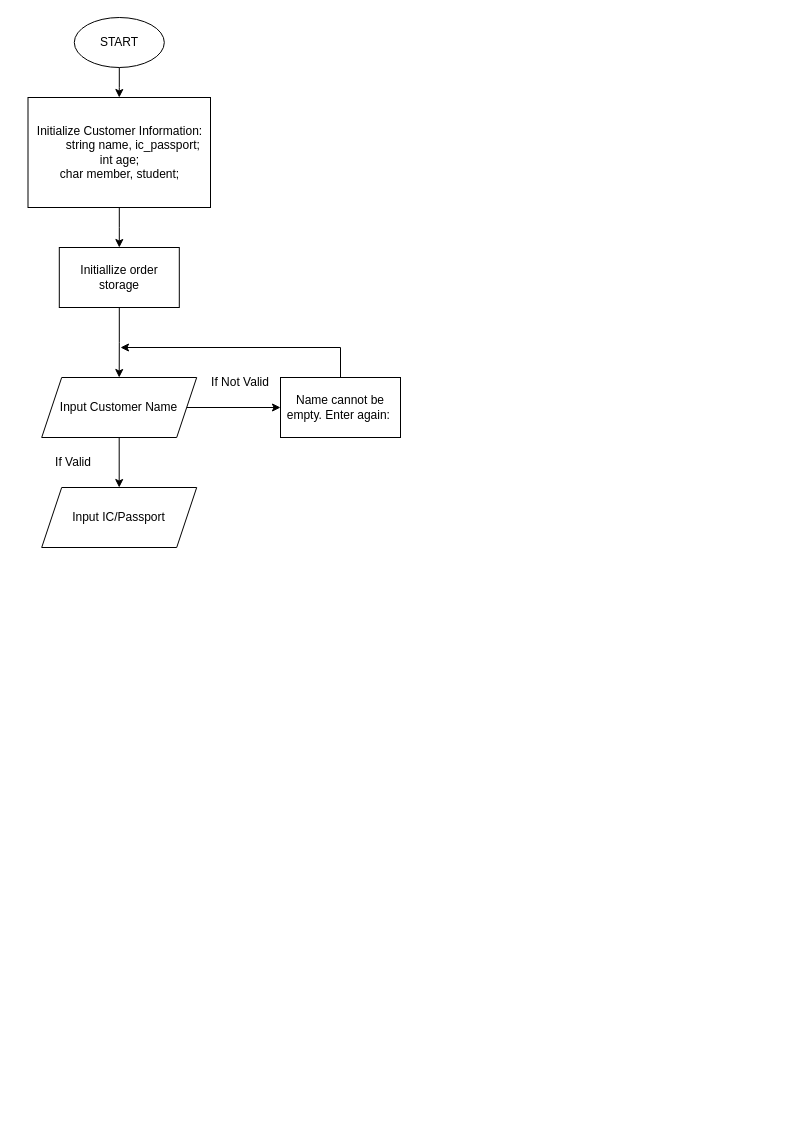
Earlier version of the draw.io diagram page "Page-1" (1 of 2) of flowchart_group8_DCSI.drawio (cr0w-l0rd/Restaurant_Ordering_and_Billing_System). Source tidied: cells renumbered, new cells numbered last; positions are measured from the earlier drawing's top-left corner, leaving out a move shared by most shapes. Both pictures are drawn from the tidied source at 100%, with x=0, y=0 at pixel (28, 17).
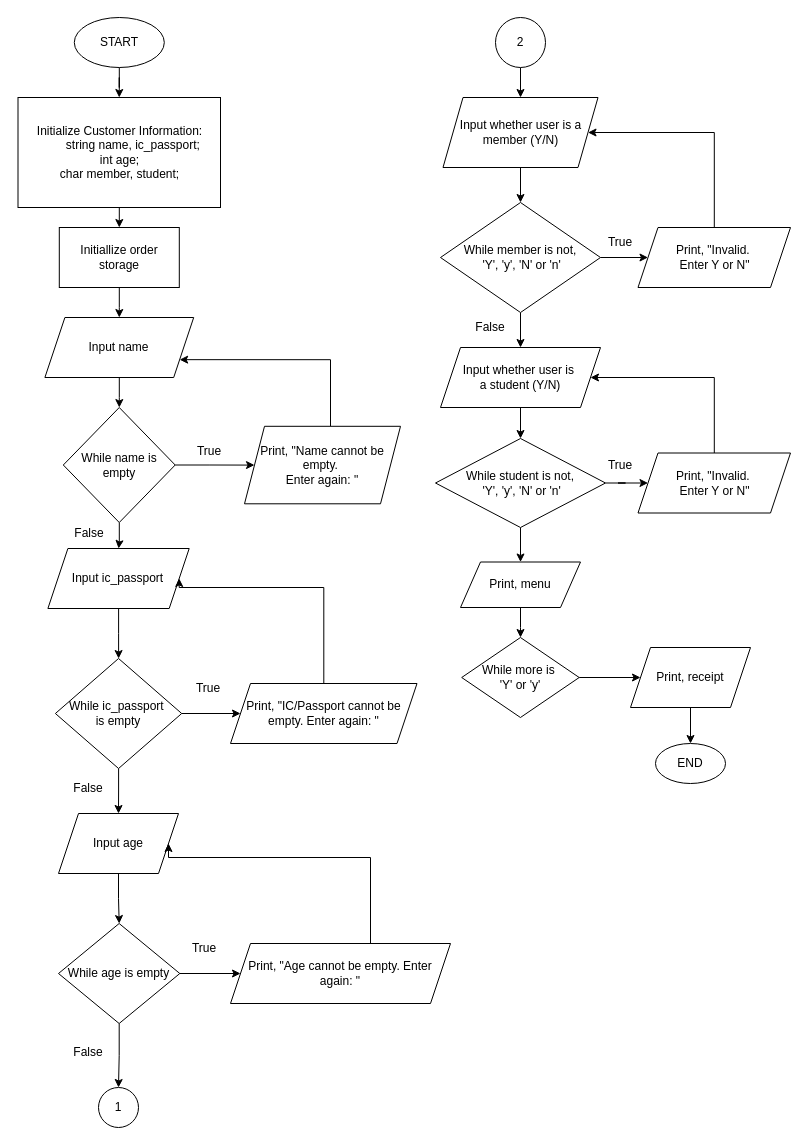
The same diagram, later.

Change to the diagram source:
```diff
@@
     <mxCell id="5" value="&lt;div&gt;Initialize Customer Information:&lt;/div&gt;&lt;div&gt;&lt;span style=&quot;white-space: normal;&quot;&gt;&lt;span style=&quot;white-space:pre&quot;&gt;&#9;&lt;/span&gt;string name, ic_passport;&lt;/span&gt;&lt;/div&gt;&lt;div&gt;&lt;span style=&quot;background-color: transparent; color: light-dark(rgb(0, 0, 0), rgb(255, 255, 255));&quot;&gt;int age;&lt;/span&gt;&lt;/div&gt;&lt;div&gt;&lt;span style=&quot;background-color: transparent; color: light-dark(rgb(0, 0, 0), rgb(255, 255, 255));&quot;&gt;char member, student;&lt;/span&gt;&lt;/div&gt;" style="rounded=0;whiteSpace=wrap;html=1;align=center;" parent="1" vertex="1">
-      <mxGeometry x="-0.5" y="80" width="182.5" height="110" as="geometry" />
+      <mxGeometry x="-10.5" y="80" width="202.5" height="110" as="geometry" />
     </mxCell>
@@
     <mxCell id="7" value="Initiallize order storage" style="rounded=0;whiteSpace=wrap;html=1;" parent="1" vertex="1">
-      <mxGeometry x="30.8" y="230" width="120" height="60" as="geometry" />
+      <mxGeometry x="30.8" y="210" width="120" height="60" as="geometry" />
     </mxCell>
-    <mxCell id="8" style="edgeStyle=orthogonalEdgeStyle;rounded=0;jettySize=auto;html=1;" parent="1" edge="1" source="10" target="12">
-      <mxGeometry relative="1" as="geometry" />
-    </mxCell>
-    <mxCell id="9" style="edgeStyle=orthogonalEdgeStyle;rounded=0;jettySize=auto;html=1;" parent="1" edge="1" source="10" target="15">
-      <mxGeometry relative="1" as="geometry" />
-    </mxCell>
+    <mxCell id="16" style="edgeStyle=orthogonalEdgeStyle;rounded=0;jettySize=auto;html=1;" parent="1" edge="1" source="10" target="19">
+      <mxGeometry relative="1" as="geometry" />
+    </mxCell>
-    <mxCell id="10" value="Input Customer Name" style="shape=parallelogram;perimeter=parallelogramPerimeter;whiteSpace=wrap;html=1;fixedSize=1;" parent="1" vertex="1">
-      <mxGeometry x="13.2" y="360" width="155" height="60" as="geometry" />
+    <mxCell id="10" value="Input name" style="shape=parallelogram;perimeter=parallelogramPerimeter;whiteSpace=wrap;html=1;fixedSize=1;" parent="1" vertex="1">
+      <mxGeometry x="16.4" y="300" width="148.8" height="60" as="geometry" />
     </mxCell>
-    <mxCell id="11" style="edgeStyle=orthogonalEdgeStyle;rounded=0;jettySize=auto;html=1;" parent="1" edge="1" source="12">
-      <mxGeometry relative="1" as="geometry">
-        <mxPoint x="92" y="330" as="targetPoint" />
-        <Array as="points">
-          <mxPoint x="312" y="330" />
-        </Array>
-      </mxGeometry>
-    </mxCell>
-    <mxCell id="12" value="Name cannot be empty. Enter again:&amp;nbsp;" style="whiteSpace=wrap;html=1;" parent="1" vertex="1">
-      <mxGeometry x="252" y="360" width="120" height="60" as="geometry" />
-    </mxCell>
-    <mxCell id="13" value="If Valid" style="text;html=1;whiteSpace=wrap;strokeColor=none;fillColor=none;align=center;verticalAlign=middle;rounded=0;" parent="1" vertex="1">
-      <mxGeometry x="14.5" y="430" width="60" height="30" as="geometry" />
-    </mxCell>
-    <mxCell id="14" value="If Not&amp;nbsp;&lt;span style=&quot;background-color: transparent; color: light-dark(rgb(0, 0, 0), rgb(255, 255, 255));&quot;&gt;Valid&lt;/span&gt;" style="text;html=1;whiteSpace=wrap;strokeColor=none;fillColor=none;align=center;verticalAlign=middle;rounded=0;" parent="1" vertex="1">
-      <mxGeometry x="182" y="350" width="60" height="30" as="geometry" />
-    </mxCell>
-    <mxCell id="15" value="Input IC/Passport" style="shape=parallelogram;perimeter=parallelogramPerimeter;whiteSpace=wrap;html=1;fixedSize=1;" parent="1" vertex="1">
-      <mxGeometry x="13.2" y="470" width="155" height="60" as="geometry" />
-    </mxCell>
+    <mxCell id="17" style="edgeStyle=orthogonalEdgeStyle;rounded=0;jettySize=auto;html=1;" parent="1" edge="1" source="19" target="21">
+      <mxGeometry relative="1" as="geometry" />
+    </mxCell>
+    <mxCell id="18" style="edgeStyle=orthogonalEdgeStyle;rounded=0;jettySize=auto;html=1;" parent="1" edge="1" source="19" target="24">
+      <mxGeometry relative="1" as="geometry" />
+    </mxCell>
+    <mxCell id="19" value="While name is empty" style="rhombus;whiteSpace=wrap;html=1;" parent="1" vertex="1">
+      <mxGeometry x="34.8" y="390" width="111.9" height="115" as="geometry" />
+    </mxCell>
+    <mxCell id="20" style="edgeStyle=orthogonalEdgeStyle;rounded=0;jettySize=auto;html=1;entryX=1;entryY=0.75;entryDx=0;entryDy=0;" parent="1" edge="1" source="21" target="10">
+      <mxGeometry relative="1" as="geometry">
+        <Array as="points">
+          <mxPoint x="302" y="342" />
+        </Array>
+      </mxGeometry>
+    </mxCell>
+    <mxCell id="21" value="Print, &quot;Name cannot be empty.&amp;nbsp;&lt;div&gt;Enter again: &quot;&lt;/div&gt;" style="shape=parallelogram;perimeter=parallelogramPerimeter;whiteSpace=wrap;html=1;fixedSize=1;" parent="1" vertex="1">
+      <mxGeometry x="216" y="408.8" width="156" height="77.5" as="geometry" />
+    </mxCell>
+    <mxCell id="22" value="True" style="text;html=1;whiteSpace=wrap;strokeColor=none;fillColor=none;align=center;verticalAlign=middle;rounded=0;" parent="1" vertex="1">
+      <mxGeometry x="150.8" y="418.8" width="60" height="30" as="geometry" />
+    </mxCell>
+    <mxCell id="23" style="edgeStyle=orthogonalEdgeStyle;rounded=0;jettySize=auto;html=1;" parent="1" edge="1" source="24" target="28">
+      <mxGeometry relative="1" as="geometry" />
+    </mxCell>
+    <mxCell id="24" value="Input ic_passport" style="shape=parallelogram;perimeter=parallelogramPerimeter;whiteSpace=wrap;html=1;fixedSize=1;" parent="1" vertex="1">
+      <mxGeometry x="19.4" y="531" width="141.3" height="60" as="geometry" />
+    </mxCell>
+    <mxCell id="25" value="False" style="text;html=1;whiteSpace=wrap;strokeColor=none;fillColor=none;align=center;verticalAlign=middle;rounded=0;" parent="1" vertex="1">
+      <mxGeometry x="30.8" y="501" width="60" height="30" as="geometry" />
+    </mxCell>
+    <mxCell id="26" style="edgeStyle=orthogonalEdgeStyle;rounded=0;jettySize=auto;html=1;" parent="1" edge="1" source="28" target="30">
+      <mxGeometry relative="1" as="geometry" />
+    </mxCell>
+    <mxCell id="27" style="edgeStyle=orthogonalEdgeStyle;rounded=0;jettySize=auto;html=1;" parent="1" edge="1" source="28" target="33">
+      <mxGeometry relative="1" as="geometry" />
+    </mxCell>
+    <mxCell id="28" value="While ic_passport&amp;nbsp;&lt;div&gt;is empty&lt;/div&gt;" style="rhombus;whiteSpace=wrap;html=1;" parent="1" vertex="1">
+      <mxGeometry x="26.9" y="641" width="126.3" height="110" as="geometry" />
+    </mxCell>
+    <mxCell id="29" style="edgeStyle=orthogonalEdgeStyle;rounded=0;jettySize=auto;html=1;entryX=1;entryY=0.5;entryDx=0;entryDy=0;" parent="1" edge="1" source="30" target="24">
+      <mxGeometry relative="1" as="geometry">
+        <Array as="points">
+          <mxPoint x="296" y="570" />
+          <mxPoint x="151" y="570" />
+        </Array>
+      </mxGeometry>
+    </mxCell>
+    <mxCell id="30" value="Print, &quot;IC/Passport cannot be empty. Enter again: &quot;" style="shape=parallelogram;perimeter=parallelogramPerimeter;whiteSpace=wrap;html=1;fixedSize=1;" parent="1" vertex="1">
+      <mxGeometry x="202" y="666" width="186.5" height="60" as="geometry" />
+    </mxCell>
+    <mxCell id="31" value="True" style="text;html=1;whiteSpace=wrap;strokeColor=none;fillColor=none;align=center;verticalAlign=middle;rounded=0;" parent="1" vertex="1">
+      <mxGeometry x="150" y="656" width="60" height="30" as="geometry" />
+    </mxCell>
+    <mxCell id="32" style="edgeStyle=orthogonalEdgeStyle;rounded=0;jettySize=auto;html=1;" parent="1" edge="1" source="33" target="36">
+      <mxGeometry relative="1" as="geometry" />
+    </mxCell>
+    <mxCell id="33" value="Input age" style="shape=parallelogram;perimeter=parallelogramPerimeter;whiteSpace=wrap;html=1;fixedSize=1;" parent="1" vertex="1">
+      <mxGeometry x="30" y="796" width="120" height="60" as="geometry" />
+    </mxCell>
+    <mxCell id="34" style="edgeStyle=orthogonalEdgeStyle;rounded=0;jettySize=auto;html=1;" parent="1" edge="1" source="36" target="38">
+      <mxGeometry relative="1" as="geometry" />
+    </mxCell>
+    <mxCell id="35" style="edgeStyle=orthogonalEdgeStyle;rounded=0;jettySize=auto;html=1;" parent="1" edge="1" source="36" target="42">
+      <mxGeometry relative="1" as="geometry" />
+    </mxCell>
+    <mxCell id="36" value="While age is empty" style="rhombus;whiteSpace=wrap;html=1;" parent="1" vertex="1">
+      <mxGeometry x="30" y="906" width="121.3" height="100" as="geometry" />
+    </mxCell>
+    <mxCell id="37" style="edgeStyle=orthogonalEdgeStyle;rounded=0;jettySize=auto;html=1;entryX=1;entryY=0.5;entryDx=0;entryDy=0;" parent="1" edge="1" source="38" target="33">
+      <mxGeometry relative="1" as="geometry">
+        <Array as="points">
+          <mxPoint x="342" y="840" />
+        </Array>
+      </mxGeometry>
+    </mxCell>
+    <mxCell id="38" value="Print, &quot;Age cannot be empty. Enter again: &quot;" style="shape=parallelogram;perimeter=parallelogramPerimeter;whiteSpace=wrap;html=1;fixedSize=1;" parent="1" vertex="1">
+      <mxGeometry x="202" y="926" width="220" height="60" as="geometry" />
+    </mxCell>
+    <mxCell id="39" value="True" style="text;html=1;whiteSpace=wrap;strokeColor=none;fillColor=none;align=center;verticalAlign=middle;rounded=0;" parent="1" vertex="1">
+      <mxGeometry x="145.9" y="916" width="60" height="30" as="geometry" />
+    </mxCell>
+    <mxCell id="40" value="False" style="text;html=1;whiteSpace=wrap;strokeColor=none;fillColor=none;align=center;verticalAlign=middle;rounded=0;" parent="1" vertex="1">
+      <mxGeometry x="30" y="756" width="60" height="30" as="geometry" />
+    </mxCell>
+    <mxCell id="41" value="False" style="text;html=1;whiteSpace=wrap;strokeColor=none;fillColor=none;align=center;verticalAlign=middle;rounded=0;" parent="1" vertex="1">
+      <mxGeometry x="30" y="1020" width="60" height="30" as="geometry" />
+    </mxCell>
+    <mxCell id="42" value="1" style="ellipse;whiteSpace=wrap;html=1;" parent="1" vertex="1">
+      <mxGeometry x="70" y="1070" width="40" height="40" as="geometry" />
+    </mxCell>
+    <mxCell id="43" style="edgeStyle=orthogonalEdgeStyle;rounded=0;jettySize=auto;html=1;" parent="1" edge="1" source="44" target="46">
+      <mxGeometry relative="1" as="geometry" />
+    </mxCell>
+    <mxCell id="44" value="2" style="ellipse;whiteSpace=wrap;html=1;" parent="1" vertex="1">
+      <mxGeometry x="467" width="50" height="50" as="geometry" />
+    </mxCell>
+    <mxCell id="45" style="edgeStyle=orthogonalEdgeStyle;rounded=0;jettySize=auto;html=1;" parent="1" edge="1" source="46" target="49">
+      <mxGeometry relative="1" as="geometry" />
+    </mxCell>
+    <mxCell id="46" value="Input whether user is a member (Y/N)" style="shape=parallelogram;perimeter=parallelogramPerimeter;whiteSpace=wrap;html=1;fixedSize=1;" parent="1" vertex="1">
+      <mxGeometry x="414.5" y="80" width="155" height="70" as="geometry" />
+    </mxCell>
+    <mxCell id="47" style="edgeStyle=orthogonalEdgeStyle;rounded=0;jettySize=auto;html=1;" parent="1" edge="1" source="49" target="51">
+      <mxGeometry relative="1" as="geometry" />
+    </mxCell>
+    <mxCell id="48" style="edgeStyle=orthogonalEdgeStyle;rounded=0;jettySize=auto;html=1;" parent="1" edge="1" source="49" target="54">
+      <mxGeometry relative="1" as="geometry" />
+    </mxCell>
+    <mxCell id="49" value="While member is not,&lt;div&gt;&amp;nbsp;'Y', 'y', 'N' or 'n'&lt;/div&gt;" style="rhombus;whiteSpace=wrap;html=1;" parent="1" vertex="1">
+      <mxGeometry x="412" y="185" width="160" height="110" as="geometry" />
+    </mxCell>
+    <mxCell id="50" style="edgeStyle=orthogonalEdgeStyle;rounded=0;jettySize=auto;html=1;entryX=1;entryY=0.5;entryDx=0;entryDy=0;" parent="1" edge="1" source="51" target="46">
+      <mxGeometry relative="1" as="geometry">
+        <Array as="points">
+          <mxPoint x="686" y="115" />
+        </Array>
+      </mxGeometry>
+    </mxCell>
+    <mxCell id="51" value="Print, &quot;Invalid.&amp;nbsp;&lt;div&gt;Enter Y or N&quot;&lt;/div&gt;" style="shape=parallelogram;perimeter=parallelogramPerimeter;whiteSpace=wrap;html=1;fixedSize=1;" parent="1" vertex="1">
+      <mxGeometry x="609.5" y="210" width="152.5" height="60" as="geometry" />
+    </mxCell>
+    <mxCell id="52" value="True" style="text;html=1;whiteSpace=wrap;strokeColor=none;fillColor=none;align=center;verticalAlign=middle;rounded=0;" parent="1" vertex="1">
+      <mxGeometry x="562" y="210" width="60" height="30" as="geometry" />
+    </mxCell>
+    <mxCell id="53" style="edgeStyle=orthogonalEdgeStyle;rounded=0;jettySize=auto;html=1;" parent="1" edge="1" source="54" target="57">
+      <mxGeometry relative="1" as="geometry" />
+    </mxCell>
+    <mxCell id="54" value="Input whether user is&amp;nbsp;&lt;div&gt;a student (Y/N)&lt;/div&gt;" style="shape=parallelogram;perimeter=parallelogramPerimeter;whiteSpace=wrap;html=1;fixedSize=1;" parent="1" vertex="1">
+      <mxGeometry x="412" y="330" width="160" height="60" as="geometry" />
+    </mxCell>
+    <mxCell id="55" style="edgeStyle=orthogonalEdgeStyle;rounded=0;jettySize=auto;html=1;" parent="1" edge="1" source="57" target="60">
+      <mxGeometry relative="1" as="geometry" />
+    </mxCell>
+    <mxCell id="56" style="edgeStyle=orthogonalEdgeStyle;rounded=0;jettySize=auto;html=1;" parent="1" edge="1" source="57" target="63">
+      <mxGeometry relative="1" as="geometry" />
+    </mxCell>
+    <mxCell id="57" value="While student is not,&lt;div&gt;&amp;nbsp;'Y', 'y', 'N' or 'n'&lt;/div&gt;" style="rhombus;whiteSpace=wrap;html=1;" parent="1" vertex="1">
+      <mxGeometry x="407" y="421" width="170" height="89" as="geometry" />
+    </mxCell>
+    <mxCell id="58" value="False" style="text;html=1;whiteSpace=wrap;strokeColor=none;fillColor=none;align=center;verticalAlign=middle;rounded=0;" parent="1" vertex="1">
+      <mxGeometry x="432" y="295" width="60" height="30" as="geometry" />
+    </mxCell>
+    <mxCell id="59" style="edgeStyle=orthogonalEdgeStyle;rounded=0;jettySize=auto;html=1;entryX=1;entryY=0.5;entryDx=0;entryDy=0;" parent="1" edge="1" source="60" target="54">
+      <mxGeometry relative="1" as="geometry">
+        <Array as="points">
+          <mxPoint x="686" y="360" />
+        </Array>
+      </mxGeometry>
+    </mxCell>
+    <mxCell id="60" value="Print, &quot;Invalid.&amp;nbsp;&lt;div&gt;Enter Y or N&quot;&lt;/div&gt;" style="shape=parallelogram;perimeter=parallelogramPerimeter;whiteSpace=wrap;html=1;fixedSize=1;" parent="1" vertex="1">
+      <mxGeometry x="609.5" y="435.5" width="152.5" height="60" as="geometry" />
+    </mxCell>
+    <mxCell id="61" value="True" style="text;html=1;whiteSpace=wrap;strokeColor=none;fillColor=none;align=center;verticalAlign=middle;rounded=0;" parent="1" vertex="1">
+      <mxGeometry x="562" y="432.5" width="60" height="30" as="geometry" />
+    </mxCell>
+    <mxCell id="62" style="edgeStyle=orthogonalEdgeStyle;rounded=0;jettySize=auto;html=1;" parent="1" edge="1" source="63" target="65">
+      <mxGeometry relative="1" as="geometry" />
+    </mxCell>
+    <mxCell id="63" value="Print, menu" style="shape=parallelogram;perimeter=parallelogramPerimeter;whiteSpace=wrap;html=1;fixedSize=1;" parent="1" vertex="1">
+      <mxGeometry x="432" y="544.5" width="120" height="45.5" as="geometry" />
+    </mxCell>
+    <mxCell id="64" style="edgeStyle=orthogonalEdgeStyle;rounded=0;jettySize=auto;html=1;" parent="1" edge="1" source="65" target="67">
+      <mxGeometry relative="1" as="geometry" />
+    </mxCell>
+    <mxCell id="65" value="While more is&amp;nbsp;&lt;div&gt;'Y' or 'y'&lt;/div&gt;" style="rhombus;whiteSpace=wrap;html=1;" parent="1" vertex="1">
+      <mxGeometry x="433.2" y="620" width="117.5" height="80" as="geometry" />
+    </mxCell>
+    <mxCell id="66" style="edgeStyle=orthogonalEdgeStyle;rounded=0;jettySize=auto;html=1;" parent="1" edge="1" source="67" target="68">
+      <mxGeometry relative="1" as="geometry" />
+    </mxCell>
+    <mxCell id="67" value="Print, receipt" style="shape=parallelogram;perimeter=parallelogramPerimeter;whiteSpace=wrap;html=1;fixedSize=1;" parent="1" vertex="1">
+      <mxGeometry x="602" y="630" width="120" height="60" as="geometry" />
+    </mxCell>
+    <mxCell id="68" value="END" style="ellipse;whiteSpace=wrap;html=1;" parent="1" vertex="1">
+      <mxGeometry x="627" y="726" width="70" height="40" as="geometry" />
+    </mxCell>
```
